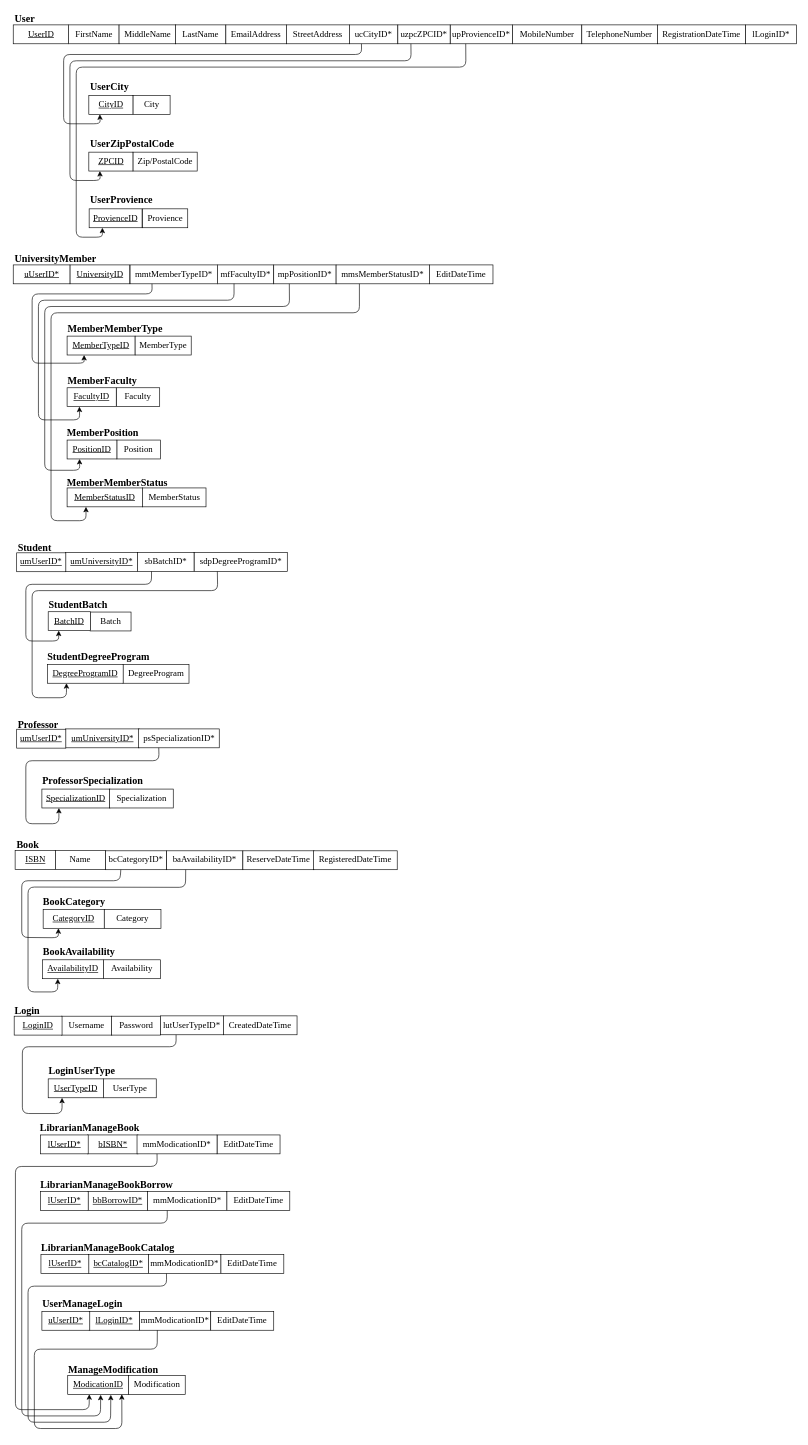
hvlhasanka/Pearson_HND_Computing_Y1S2-Unit10_Web_Design_and_Development keeps this draw.io diagram as Documentation/Database/3.RelationalSchema_SecondNormalization/lsulibraryDB_RelationalSchema_2NF.drawio. Above is the earlier version. Source tidied: cells renumbered, new cells numbered last; positions are measured from the earlier drawing's top-left corner, leaving out a move shared by most shapes. Both pictures are drawn from the tidied source at 63%, with x=0, y=0 at pixel (13, 11).
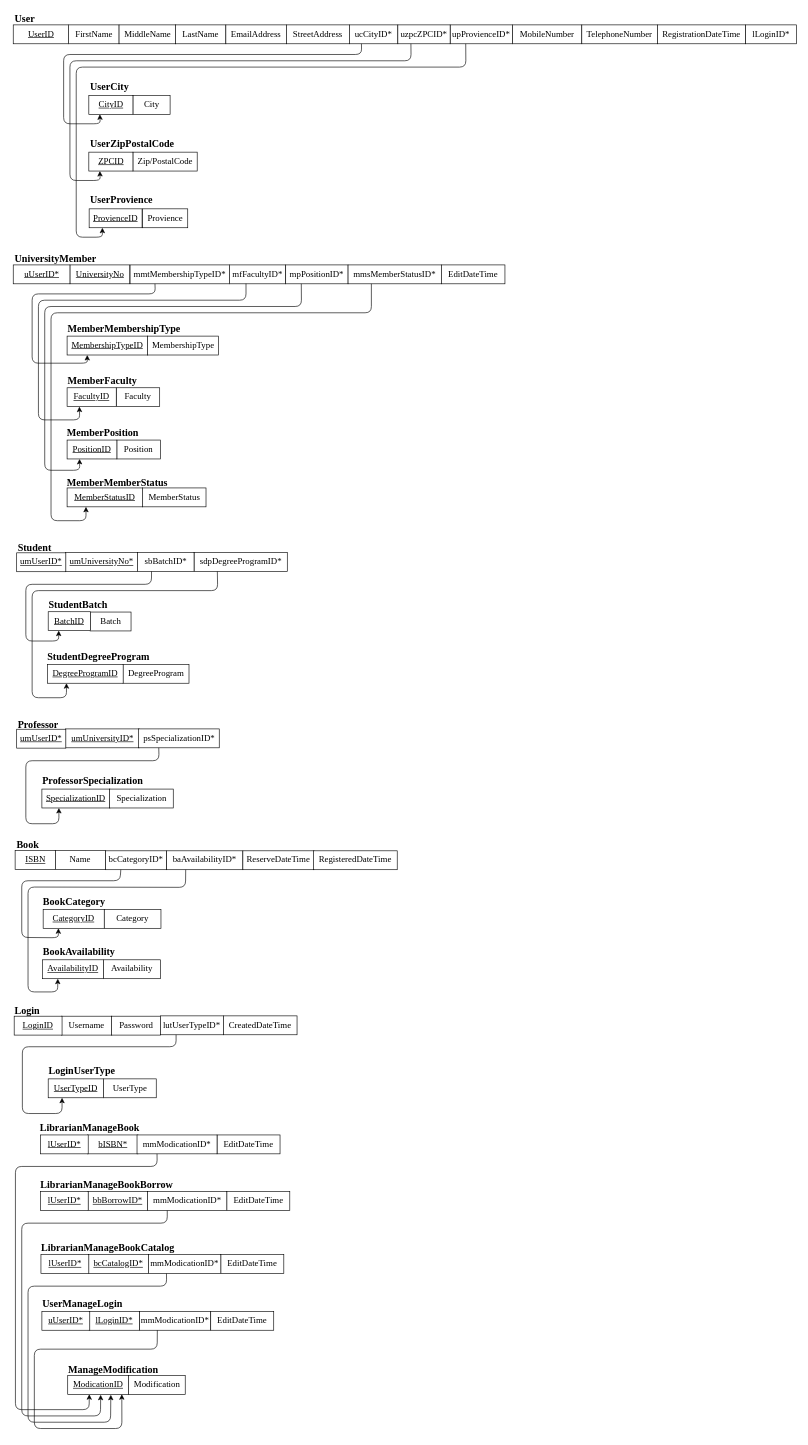
The same page after the edit.

Unchanged cells that the change refers to:
```xml
<mxCell id="43" value="FacultyID" style="rounded=0;whiteSpace=wrap;html=1;fontSize=14;fontFamily=Times New Roman;fontStyle=4;" parent="1" vertex="1">
  <mxGeometry x="86" y="598" width="78" height="30" as="geometry" />
</mxCell>
<mxCell id="45" value="PositionID" style="rounded=0;whiteSpace=wrap;html=1;fontSize=14;fontFamily=Times New Roman;fontStyle=4;" parent="1" vertex="1">
  <mxGeometry x="86" y="681" width="79" height="30" as="geometry" />
</mxCell>
<mxCell id="47" value="MemberStatusID" style="rounded=0;whiteSpace=wrap;html=1;fontSize=14;fontFamily=Times New Roman;fontStyle=4;" parent="1" vertex="1">
  <mxGeometry x="86" y="757" width="120" height="30" as="geometry" />
</mxCell>
```

What changed in the source:
```diff
@@
-    <mxCell id="29" value="UniversityID" style="rounded=0;whiteSpace=wrap;html=1;fontSize=14;fontFamily=Times New Roman;fontStyle=4;" parent="1" vertex="1">
+    <mxCell id="29" value="UniversityNo" style="rounded=0;whiteSpace=wrap;html=1;fontSize=14;fontFamily=Times New Roman;fontStyle=4;" parent="1" vertex="1">
       <mxGeometry x="90.5" y="403" width="95" height="30" as="geometry" />
     </mxCell>
     <mxCell id="30" value="mfFacultyID*" style="rounded=0;whiteSpace=wrap;html=1;fontSize=14;fontFamily=Times New Roman;" parent="1" vertex="1">
-      <mxGeometry x="325" y="403" width="89" height="30" as="geometry" />
+      <mxGeometry x="344" y="403" width="89" height="30" as="geometry" />
     </mxCell>
-    <mxCell id="31" value="mmtMemberTypeID*" style="rounded=0;whiteSpace=wrap;html=1;fontSize=14;fontFamily=Times New Roman;" parent="1" vertex="1">
-      <mxGeometry x="186" y="403" width="139" height="30" as="geometry" />
+    <mxCell id="31" value="mmtMembershipTypeID*" style="rounded=0;whiteSpace=wrap;html=1;fontSize=14;fontFamily=Times New Roman;" parent="1" vertex="1">
+      <mxGeometry x="186" y="403" width="158" height="30" as="geometry" />
     </mxCell>
     <mxCell id="32" value="mpPositionID*" style="rounded=0;whiteSpace=wrap;html=1;fontSize=14;fontFamily=Times New Roman;" parent="1" vertex="1">
-      <mxGeometry x="414" y="403" width="99" height="30" as="geometry" />
+      <mxGeometry x="433" y="403" width="99" height="30" as="geometry" />
     </mxCell>
     <mxCell id="33" value="mmsMemberStatusID*" style="rounded=0;whiteSpace=wrap;html=1;fontSize=14;fontFamily=Times New Roman;" parent="1" vertex="1">
-      <mxGeometry x="513" y="403" width="148" height="30" as="geometry" />
+      <mxGeometry x="532" y="403" width="148" height="30" as="geometry" />
     </mxCell>
     <mxCell id="34" value="EditDateTime" style="rounded=0;whiteSpace=wrap;html=1;fontSize=14;fontFamily=Times New Roman;" parent="1" vertex="1">
-      <mxGeometry x="661" y="403" width="101" height="30" as="geometry" />
+      <mxGeometry x="680" y="403" width="101" height="30" as="geometry" />
     </mxCell>
@@
-    <mxCell id="39" value="&lt;font face=&quot;Times New Roman&quot;&gt;MemberMemberType&lt;/font&gt;" style="text;html=1;align=left;verticalAlign=top;spacingTop=-4;fontSize=16;fontStyle=1;" parent="1" vertex="1">
-      <mxGeometry x="84.5" y="492" width="160" height="20" as="geometry" />
+    <mxCell id="39" value="&lt;font face=&quot;Times New Roman&quot;&gt;MemberMembershipType&lt;/font&gt;" style="text;html=1;align=left;verticalAlign=top;spacingTop=-4;fontSize=16;fontStyle=1;" parent="1" vertex="1">
+      <mxGeometry x="84.5" y="492" width="180" height="20" as="geometry" />
     </mxCell>
-    <mxCell id="40" value="MemberTypeID" style="rounded=0;whiteSpace=wrap;html=1;fontSize=14;fontFamily=Times New Roman;fontStyle=4;" parent="1" vertex="1">
-      <mxGeometry x="86" y="516" width="108" height="30" as="geometry" />
+    <mxCell id="40" value="MembershipTypeID" style="rounded=0;whiteSpace=wrap;html=1;fontSize=14;fontFamily=Times New Roman;fontStyle=4;" parent="1" vertex="1">
+      <mxGeometry x="86" y="516" width="128" height="30" as="geometry" />
     </mxCell>
-    <mxCell id="41" value="MemberType" style="rounded=0;whiteSpace=wrap;html=1;fontSize=14;fontFamily=Times New Roman;" parent="1" vertex="1">
-      <mxGeometry x="194" y="516" width="89" height="30" as="geometry" />
+    <mxCell id="41" value="MembershipType" style="rounded=0;whiteSpace=wrap;html=1;fontSize=14;fontFamily=Times New Roman;" parent="1" vertex="1">
+      <mxGeometry x="213.5" y="516" width="113" height="30" as="geometry" />
     </mxCell>
@@
     <mxCell id="48" style="endArrow=classic;html=1;entryX=0.25;entryY=1;entryDx=0;entryDy=0;exitX=0.25;exitY=1;exitDx=0;exitDy=0;" parent="1" edge="1" source="31" target="40">
       <mxGeometry relative="1" as="geometry">
         <Array as="points">
-          <mxPoint x="221" y="449" />
+          <mxPoint x="226" y="449" />
           <mxPoint x="30.5" y="449" />
           <mxPoint x="30.5" y="559" />
-          <mxPoint x="113" y="559" />
+          <mxPoint x="118" y="559" />
         </Array>
       </mxGeometry>
     </mxCell>
     <mxCell id="49" style="endArrow=classic;html=1;entryX=0.25;entryY=1;entryDx=0;entryDy=0;exitX=0.292;exitY=0.991;exitDx=0;exitDy=0;exitPerimeter=0;" parent="1" edge="1" source="30" target="43">
       <mxGeometry relative="1" as="geometry">
         <Array as="points">
-          <mxPoint x="351" y="459" />
+          <mxPoint x="370" y="459" />
           <mxPoint x="40.5" y="459" />
           <mxPoint x="40.5" y="649" />
           <mxPoint x="106" y="649" />
         </Array>
       </mxGeometry>
     </mxCell>
     <mxCell id="50" style="endArrow=classic;html=1;entryX=0.25;entryY=1;entryDx=0;entryDy=0;exitX=0.25;exitY=1;exitDx=0;exitDy=0;" parent="1" edge="1" source="33" target="47">
       <mxGeometry relative="1" as="geometry">
         <Array as="points">
-          <mxPoint x="550" y="479" />
+          <mxPoint x="569" y="479" />
           <mxPoint x="60.5" y="479" />
           <mxPoint x="60.5" y="809" />
           <mxPoint x="116" y="809" />
         </Array>
       </mxGeometry>
     </mxCell>
     <mxCell id="51" style="endArrow=classic;html=1;entryX=0.25;entryY=1;entryDx=0;entryDy=0;exitX=0.25;exitY=1;exitDx=0;exitDy=0;" parent="1" edge="1" source="32" target="45">
       <mxGeometry relative="1" as="geometry">
         <Array as="points">
-          <mxPoint x="439" y="469" />
+          <mxPoint x="458" y="469" />
           <mxPoint x="50.5" y="469" />
           <mxPoint x="50.5" y="729" />
           <mxPoint x="106" y="729" />
         </Array>
       </mxGeometry>
     </mxCell>
@@
-    <mxCell id="53" value="umUniversityID*" style="rounded=0;whiteSpace=wrap;html=1;fontSize=14;fontFamily=Times New Roman;fontStyle=4;" parent="1" vertex="1">
+    <mxCell id="53" value="umUniversityNo*" style="rounded=0;whiteSpace=wrap;html=1;fontSize=14;fontFamily=Times New Roman;fontStyle=4;" parent="1" vertex="1">
       <mxGeometry x="83.5" y="859.5" width="114" height="30" as="geometry" />
     </mxCell>
```
